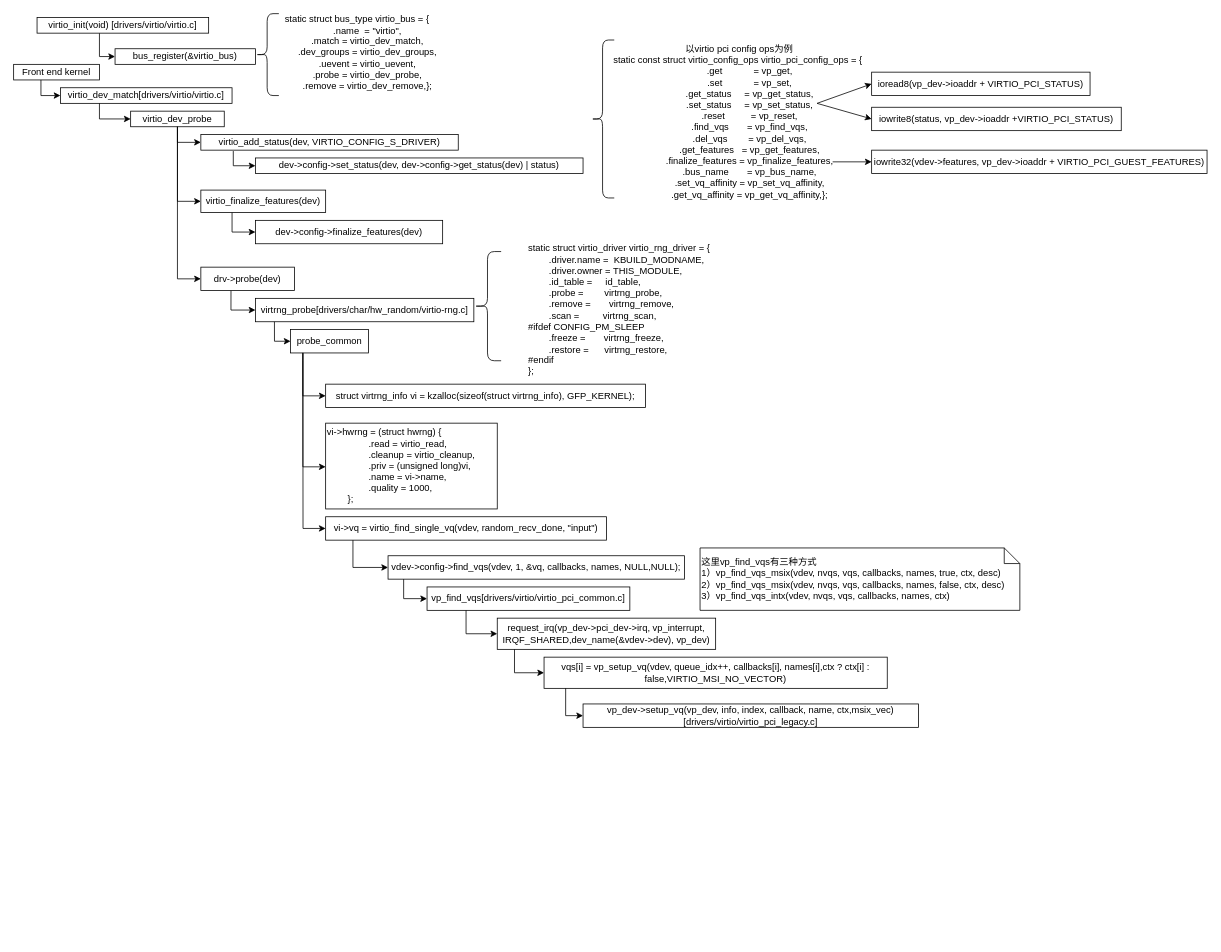
Above: frontend_init.drawio in JannaiWu/Drawio (draw.io), before the change. Source tidied: cells renumbered, new cells numbered last; positions are measured from the earlier drawing's top-left corner, leaving out a move shared by most shapes. Both pictures are drawn from the tidied source at 78%, with x=0, y=0 at pixel (13, 13).
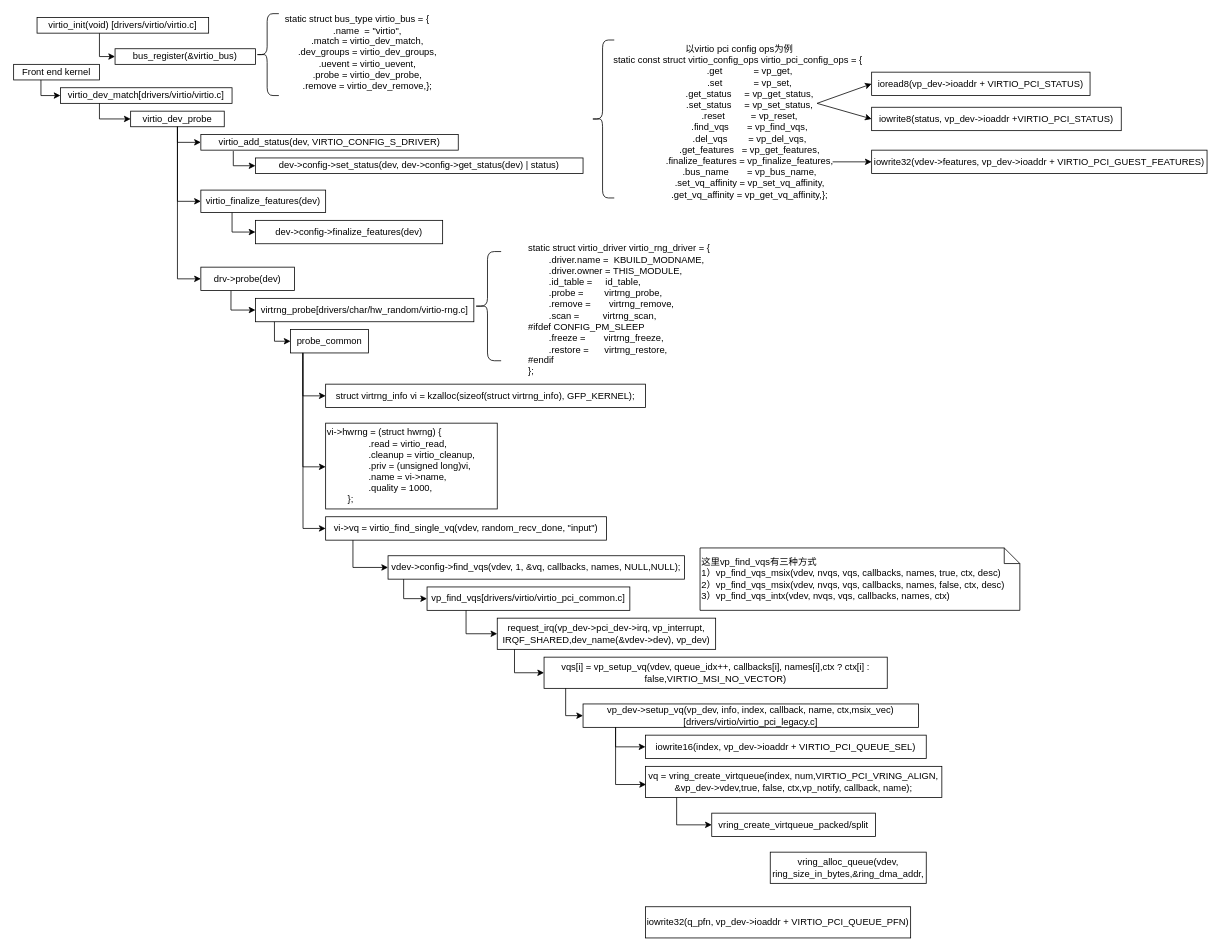
The same diagram, later.

The change refers to these unchanged cells:
```xml
<mxCell id="51" value="vp_dev-&amp;gt;setup_vq(vp_dev, info, index, callback, name, ctx,msix_vec)[drivers/virtio/virtio_pci_legacy.c]" style="whiteSpace=wrap;html=1;" parent="1" vertex="1">
  <mxGeometry x="730" y="885" width="430" height="30" as="geometry" />
</mxCell>
```

Change to the diagram source:
```diff
@@
+    <mxCell id="53" value="iowrite16(index, vp_dev-&amp;gt;ioaddr + VIRTIO_PCI_QUEUE_SEL)" style="whiteSpace=wrap;html=1;" parent="1" vertex="1">
+      <mxGeometry x="810" y="925" width="360" height="30" as="geometry" />
+    </mxCell>
+    <mxCell id="54" style="edgeStyle=segmentEdgeStyle;endArrow=classic;html=1;rounded=0;entryX=0;entryY=0.5;entryDx=0;entryDy=0;exitX=0.097;exitY=0.993;exitDx=0;exitDy=0;exitPerimeter=0;" parent="1" edge="1" source="51" target="53">
+      <mxGeometry relative="1" as="geometry">
+        <Array as="points">
+          <mxPoint x="772" y="940" />
+        </Array>
+      </mxGeometry>
+    </mxCell>
+    <mxCell id="55" value="vq = vring_create_virtqueue(index, num,VIRTIO_PCI_VRING_ALIGN, &amp;amp;vp_dev-&amp;gt;vdev,true, false, ctx,vp_notify, callback, name);" style="whiteSpace=wrap;html=1;" parent="1" vertex="1">
+      <mxGeometry x="810" y="965" width="380" height="40" as="geometry" />
+    </mxCell>
+    <mxCell id="56" style="edgeStyle=segmentEdgeStyle;endArrow=classic;html=1;rounded=0;entryX=0.002;entryY=0.582;entryDx=0;entryDy=0;exitX=0.097;exitY=1.007;exitDx=0;exitDy=0;exitPerimeter=0;entryPerimeter=0;" parent="1" edge="1" source="51" target="55">
+      <mxGeometry relative="1" as="geometry">
+        <Array as="points">
+          <mxPoint x="772" y="988" />
+          <mxPoint x="811" y="988" />
+        </Array>
+      </mxGeometry>
+    </mxCell>
+    <mxCell id="57" value="iowrite32(q_pfn, vp_dev-&amp;gt;ioaddr + VIRTIO_PCI_QUEUE_PFN)" style="whiteSpace=wrap;html=1;" parent="1" vertex="1">
+      <mxGeometry x="810" y="1145" width="340" height="40" as="geometry" />
+    </mxCell>
+    <mxCell id="58" value="vring_create_virtqueue_packed/split" style="whiteSpace=wrap;html=1;" parent="1" vertex="1">
+      <mxGeometry x="895" y="1025" width="210" height="30" as="geometry" />
+    </mxCell>
+    <mxCell id="59" style="edgeStyle=segmentEdgeStyle;endArrow=classic;html=1;rounded=0;entryX=0;entryY=0.5;entryDx=0;entryDy=0;" parent="1" edge="1" source="55" target="58">
+      <mxGeometry relative="1" as="geometry">
+        <Array as="points">
+          <mxPoint x="850" y="1040" />
+        </Array>
+      </mxGeometry>
+    </mxCell>
+    <mxCell id="60" value="vring_alloc_queue(vdev, ring_size_in_bytes,&amp;amp;ring_dma_addr," style="whiteSpace=wrap;html=1;" parent="1" vertex="1">
+      <mxGeometry x="970" y="1075" width="200" height="40" as="geometry" />
+    </mxCell>
```
